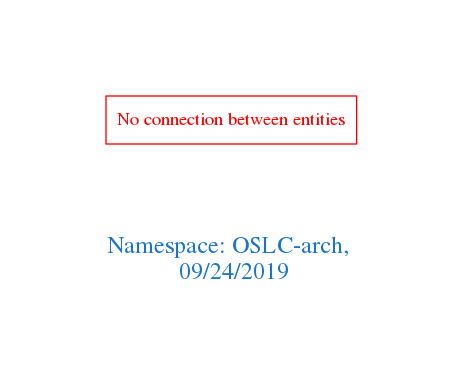
The Graphviz diagram downloads/OSLC-arch.png in arago/OGIT, before a commit. Its source is kept beside it as downloads/OSLC-arch.dot.
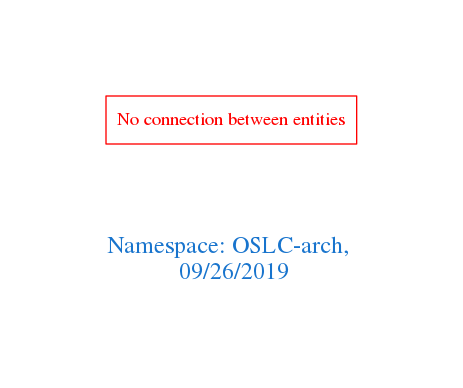
The same diagram one commit later.

Change to the diagram source:
```diff
@@ -1,7 +1,7 @@
 digraph OGIT_ontology {
  graph [ rankdir= LR,pad=1
 fontsize = 18,
-fontcolor= dodgerblue3,label = "\n\n\nNamespace: OSLC-arch, \n 09/24/2019"];
+fontcolor= dodgerblue3,label = "\n\n\nNamespace: OSLC-arch, \n 09/26/2019"];
 node[shape=polygon];
 edge [  color="gray81"];
 
```
